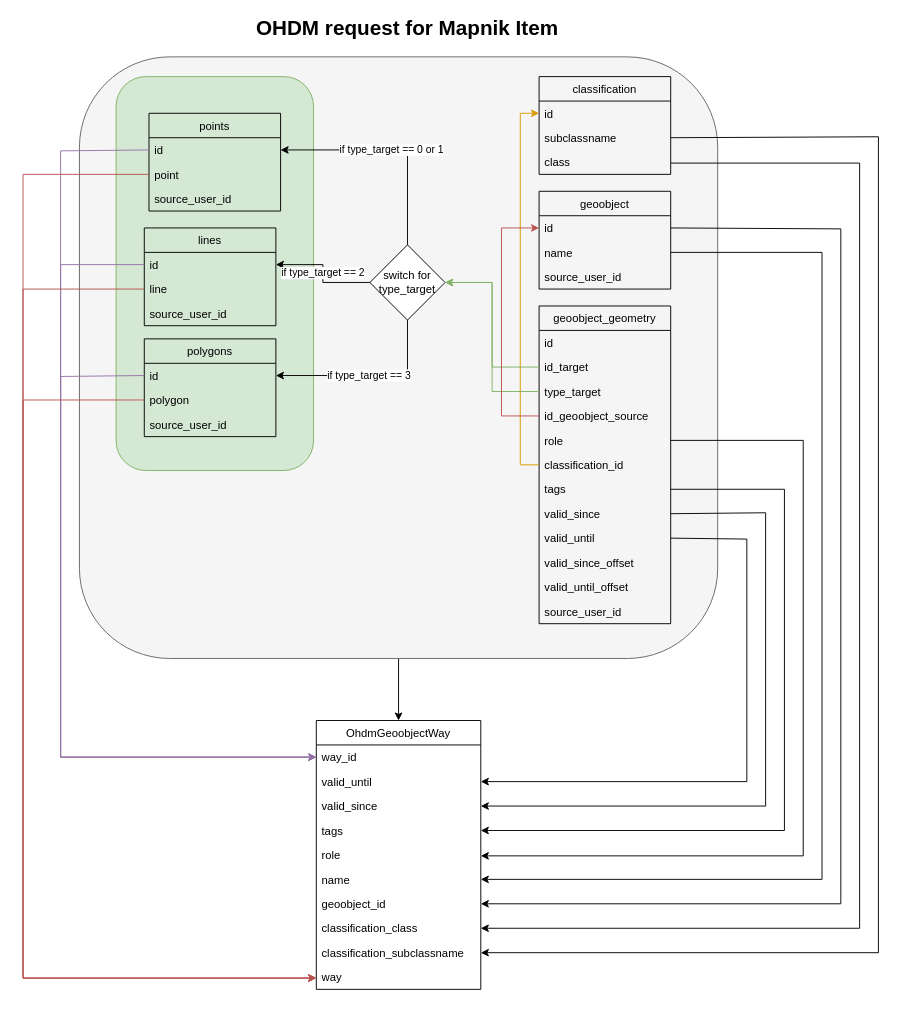
OpenHistoricalDataMap/MapnikTileServer keeps this draw.io diagram as page "OHDM2SingleTable" (1 of 4) of docs/commands/_static/ohdm2mapnik.drawio. Above is the earlier version. Source tidied: cells renumbered, new cells numbered last; positions are measured from the earlier drawing's top-left corner, leaving out a move shared by most shapes. Both pictures are drawn from the tidied source at 94%, with x=0, y=0 at pixel (23, 19).
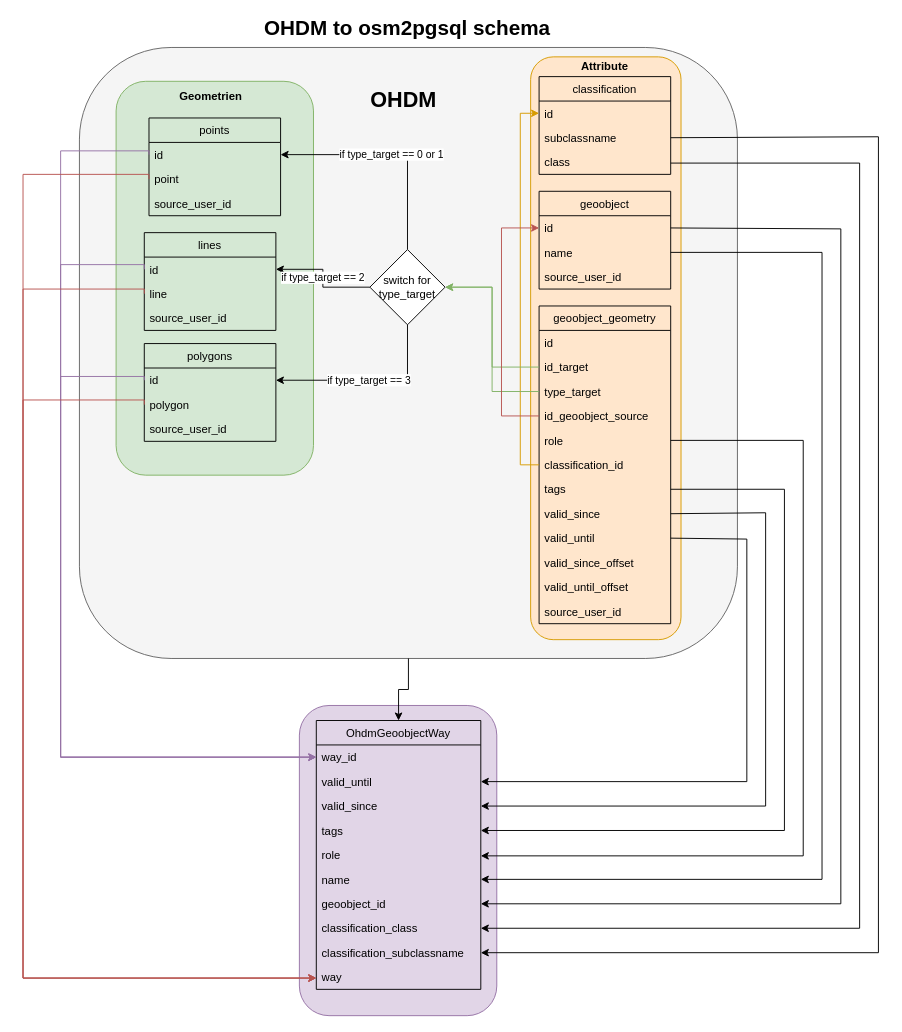
The same page after the edit.

Change to the diagram source:
```diff
@@
+    <mxCell id="72" style="rounded=1;whiteSpace=wrap;html=1;fillColor=#e1d5e7;strokeColor=#9673a6;" parent="1" vertex="1">
+      <mxGeometry x="294" y="730" width="210" height="330" as="geometry" />
+    </mxCell>
+    <mxCell id="3" style="rounded=1;whiteSpace=wrap;html=1;fillColor=#f5f5f5;strokeColor=#666666;fontColor=#333333;" parent="1" vertex="1">
+      <mxGeometry x="60" y="30" width="700" height="650" as="geometry" />
+    </mxCell>
+    <mxCell id="73" style="rounded=1;whiteSpace=wrap;html=1;fillColor=#ffe6cc;strokeColor=#d79b00;" parent="1" vertex="1">
+      <mxGeometry x="540" y="40" width="160" height="620" as="geometry" />
+    </mxCell>
@@
-    <mxCell id="3" style="rounded=1;whiteSpace=wrap;html=1;fillColor=#f5f5f5;strokeColor=#666666;fontColor=#333333;" parent="1" vertex="1">
-      <mxGeometry x="60" y="40" width="679" height="640" as="geometry" />
-    </mxCell>
     <mxCell id="4" style="rounded=1;whiteSpace=wrap;html=1;fillColor=#d5e8d4;strokeColor=#82b366;" parent="1" vertex="1">
-      <mxGeometry x="99" y="61" width="210" height="419" as="geometry" />
+      <mxGeometry x="99" y="66" width="210" height="419" as="geometry" />
     </mxCell>
@@
     <mxCell id="9" value="lines" style="swimlane;fontStyle=0;horizontal=1;startSize=26;fillColor=none;" parent="1" vertex="1">
-      <mxGeometry x="129" y="222" width="140" height="104" as="geometry" />
+      <mxGeometry x="129" y="227" width="140" height="104" as="geometry" />
     </mxCell>
@@
     <mxCell id="13" value="points" style="swimlane;fontStyle=0;horizontal=1;startSize=26;fillColor=none;" parent="1" vertex="1">
-      <mxGeometry x="134" y="100" width="140" height="104" as="geometry" />
+      <mxGeometry x="134" y="105" width="140" height="104" as="geometry" />
     </mxCell>
@@
     <mxCell id="17" value="polygons" style="swimlane;fontStyle=0;horizontal=1;startSize=26;fillColor=none;" parent="1" vertex="1">
-      <mxGeometry x="129" y="340" width="140" height="104" as="geometry" />
+      <mxGeometry x="129" y="345" width="140" height="104" as="geometry" />
     </mxCell>
@@
     <mxCell id="45" value="switch for&lt;br&gt;type_target" style="rhombus;whiteSpace=wrap;html=1;" parent="1" vertex="1">
-      <mxGeometry x="369" y="240" width="80" height="80" as="geometry" />
+      <mxGeometry x="369" y="245" width="80" height="80" as="geometry" />
     </mxCell>
-    <mxCell id="46" value="OHDM request for Mapnik Item" style="text;html=1;strokeColor=none;fillColor=none;align=center;verticalAlign=middle;whiteSpace=wrap;rounded=0;fontSize=22;fontStyle=1;" parent="1" vertex="1">
+    <mxCell id="46" value="OHDM to osm2pgsql schema" style="text;html=1;strokeColor=none;fillColor=none;align=center;verticalAlign=middle;whiteSpace=wrap;rounded=0;fontSize=22;fontStyle=1;" parent="1" vertex="1">
       <mxGeometry x="214" width="390" height="20" as="geometry" />
     </mxCell>
@@
+    <mxCell id="74" value="Geometrien" style="text;html=1;strokeColor=none;fillColor=none;align=center;verticalAlign=middle;whiteSpace=wrap;rounded=0;fontStyle=1;" parent="1" vertex="1">
+      <mxGeometry x="120" y="72" width="160" height="20" as="geometry" />
+    </mxCell>
+    <mxCell id="75" value="Attribute" style="text;html=1;strokeColor=none;fillColor=none;align=center;verticalAlign=middle;whiteSpace=wrap;rounded=0;fontStyle=1;" parent="1" vertex="1">
+      <mxGeometry x="539" y="40" width="160" height="20" as="geometry" />
+    </mxCell>
+    <mxCell id="76" value="OHDM" style="text;html=1;strokeColor=none;fillColor=none;align=center;verticalAlign=middle;whiteSpace=wrap;rounded=0;fontStyle=1;fontSize=23;" parent="1" vertex="1">
+      <mxGeometry x="270" y="76" width="270" height="20" as="geometry" />
+    </mxCell>
```
